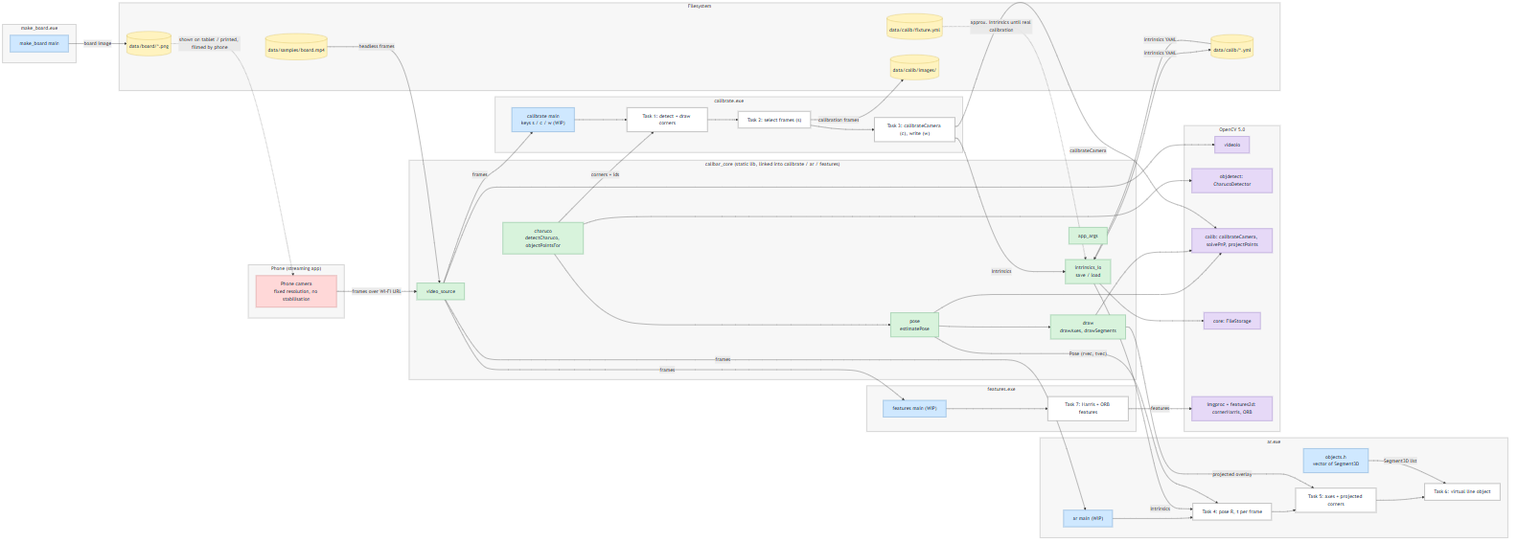
supriya-kotturu/calibration-and-augmented-reality keeps this Mermaid diagram as docs/architecture/overview.png. Above is the earlier version. Its source is kept beside it as docs/architecture/overview.mmd. Its diagram source:
```mermaid
%%{init: {"theme": "base", "themeVariables": {"background": "#ffffff", "primaryColor": "#f7f7f7", "primaryTextColor": "#1b2a3a", "primaryBorderColor": "#b0b0b0", "lineColor": "#5a6472", "textColor": "#1b2a3a", "edgeLabelBackground": "#ffffff", "clusterBkg": "#fafafa", "clusterBorder": "#b0b0b0", "fontFamily": "Segoe UI, Helvetica, Arial, sans-serif"}}}%%
flowchart LR
  classDef app fill:#cfe8ff,stroke:#6a9fd1,color:#1b2a3a
  classDef core fill:#d8f3dc,stroke:#74b98a,color:#1b2a3a
  classDef data fill:#fff3bf,stroke:#d4b84a,color:#1b2a3a
  classDef ext fill:#ffd8d8,stroke:#d08a8a,color:#1b2a3a
  classDef cv fill:#e6d9f7,stroke:#9b82c9,color:#1b2a3a
  classDef task fill:#ffffff,stroke:#8a8a8a,color:#1b2a3a
  classDef box fill:#f7f7f7,stroke:#b0b0b0,color:#333333

  subgraph PHONE["Phone (streaming app)"]
    CAM["Phone camera<br/>fixed resolution, no stabilisation"]:::ext
  end

    subgraph MB["make_board.exe"]
      MBMAIN["make_board main"]:::app
    end
    subgraph CAL["calibrate.exe"]
      CALMAIN["calibrate main<br/>keys s / c / w (WIP)"]:::app
      T1["Task 1: detect + draw corners"]:::task
      T2["Task 2: select frames (s)"]:::task
      T3["Task 3: calibrateCamera (c), write (w)"]:::task
      CALMAIN --> T1 --> T2 --> T3
    end
    subgraph AR["ar.exe"]
      ARMAIN["ar main (WIP)"]:::app
      T4["Task 4: pose R, t per frame"]:::task
      T5["Task 5: axes + projected corners"]:::task
      T6["Task 6: virtual line object"]:::task
      OBJ["objects.h<br/>vector of Segment3D"]:::app
      ARMAIN --> T4 --> T5 --> T6
      OBJ -- "Segment3D list" --> T6
    end
    subgraph FEAT["features.exe"]
      FMAIN["features main (WIP)"]:::app
      T7["Task 7: Harris + ORB features"]:::task
      FMAIN --> T7
    end

  subgraph CORE["calibar_core (static lib, linked into calibrate / ar / features)"]
    direction LR
    VS["video_source"]:::core
    CH["charuco<br/>detectCharuco, objectPointsFor"]:::core
    IO["intrinsics_io<br/>save / load"]:::core
    PS["pose<br/>estimatePose"]:::core
    DR["draw<br/>drawAxes, drawSegments"]:::core
    AA["app_args"]:::core
    CH --> PS
    PS --> DR
  end

  subgraph OCV["OpenCV 5.0"]
    direction LR
    OVIDEO["videoio"]:::cv
    OOBJ["objdetect: CharucoDetector"]:::cv
    OCAL["calib: calibrateCamera, solvePnP, projectPoints"]:::cv
    OFS["core: FileStorage"]:::cv
    OFEAT["imgproc + features2d: cornerHarris, ORB"]:::cv
  end

  subgraph FS["Filesystem"]
    direction LR
    BOARD[("data/board/*.png")]:::data
    VID[("data/samples/board.mp4")]:::data
    FIX[("data/calib/fixture.yml")]:::data
    YML[("data/calib/*.yml")]:::data
    IMGS[("data/calib/images/")]:::data
  end

  CAM -- "frames over Wi-Fi URL" --> VS
  VID -- "headless frames" --> VS
  MBMAIN -- "board image" --> BOARD
  BOARD -. "shown on tablet / printed, filmed by phone" .-> CAM

  VS -- "frames" --> CALMAIN
  VS -- "frames" --> ARMAIN
  VS -- "frames" --> FMAIN
  CH -- "corners + ids" --> T1
  T2 -- "calibration frames" --> IMGS
  T3 -- "Intrinsics" --> IO
  IO -- "intrinsics YAML" --> YML
  YML -- "intrinsics YAML" --> IO
  FIX -. "approx. intrinsics until real calibration" .-> IO
  IO -- "Intrinsics" --> T4
  PS -- "Pose (rvec, tvec)" --> T4
  DR -- "projected overlay" --> T5

  VS --> OVIDEO
  CH --> OOBJ
  IO --> OFS
  PS --> OCAL
  DR --> OCAL
  T3 -- "calibrateCamera" --> OCAL
  T7 -- "features" --> OFEAT

  class CORE,OCV,FS,PHONE,MB,CAL,AR,FEAT box
```
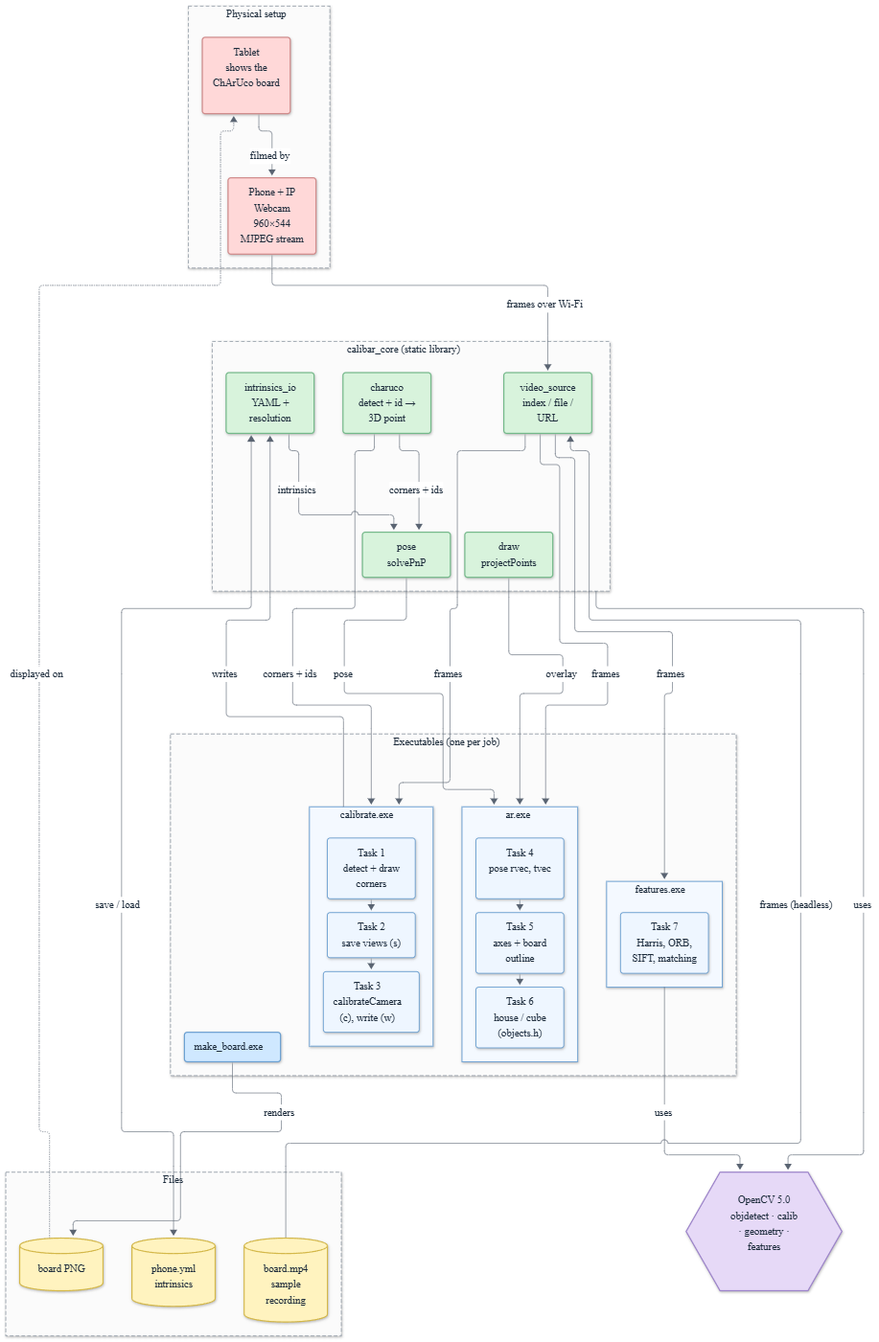
The same diagram one commit later.

Commit message:
docs(architecture): :art: Re-lay out the overview top-down with larger labels and grouped runtime boundaries

The left-to-right layout shrank every label when scaled to page width; top-down bands (setup, executables, core, files, OpenCV) keep the text readable in the report PDF.

Change to the diagram source:
```diff
@@ -1,96 +1,80 @@
-%%{init: {"theme": "base", "themeVariables": {"background": "#ffffff", "primaryColor": "#f7f7f7", "primaryTextColor": "#1b2a3a", "primaryBorderColor": "#b0b0b0", "lineColor": "#5a6472", "textColor": "#1b2a3a", "edgeLabelBackground": "#ffffff", "clusterBkg": "#fafafa", "clusterBorder": "#b0b0b0", "fontFamily": "Segoe UI, Helvetica, Arial, sans-serif"}}}%%
-flowchart LR
-  classDef app fill:#cfe8ff,stroke:#6a9fd1,color:#1b2a3a
-  classDef core fill:#d8f3dc,stroke:#74b98a,color:#1b2a3a
-  classDef data fill:#fff3bf,stroke:#d4b84a,color:#1b2a3a
-  classDef ext fill:#ffd8d8,stroke:#d08a8a,color:#1b2a3a
-  classDef cv fill:#e6d9f7,stroke:#9b82c9,color:#1b2a3a
-  classDef task fill:#ffffff,stroke:#8a8a8a,color:#1b2a3a
-  classDef box fill:#f7f7f7,stroke:#b0b0b0,color:#333333
+%%{init: {"theme": "base", "flowchart": {"nodeSpacing": 45, "rankSpacing": 65, "padding": 16, "curve": "basis"}, "themeVariables": {"fontSize": "18px", "background": "#ffffff", "primaryColor": "#f7f7f7", "primaryTextColor": "#1b2a3a", "primaryBorderColor": "#b0b0b0", "lineColor": "#5a6472", "textColor": "#1b2a3a", "edgeLabelBackground": "#ffffff", "clusterBkg": "#fafafa", "clusterBorder": "#b0b0b0", "fontFamily": "Segoe UI, Helvetica, Arial, sans-serif"}}}%%
+flowchart TB
+  classDef app fill:#cfe8ff,stroke:#6a9fd1,stroke-width:2px,color:#1b2a3a
+  classDef task fill:#eef6ff,stroke:#6a9fd1,stroke-width:1.5px,color:#1b2a3a
+  classDef core fill:#d8f3dc,stroke:#74b98a,stroke-width:2px,color:#1b2a3a
+  classDef data fill:#fff3bf,stroke:#d4b84a,stroke-width:2px,color:#1b2a3a
+  classDef ext fill:#ffd8d8,stroke:#d08a8a,stroke-width:2px,color:#1b2a3a
+  classDef cv fill:#e6d9f7,stroke:#9b82c9,stroke-width:2px,color:#1b2a3a
+  classDef box fill:#fbfbfb,stroke:#9aa3ad,stroke-width:1.5px,stroke-dasharray:6 4,color:#1b2a3a
+  classDef exe fill:#f4f9ff,stroke:#6a9fd1,stroke-width:1.5px,color:#1b2a3a
 
-  subgraph PHONE["Phone (streaming app)"]
-    CAM["Phone camera<br/>fixed resolution, no stabilisation"]:::ext
+  subgraph WORLD["Physical setup"]
+    direction LR
+    TAB("Tablet<br/>shows the ChArUco board"):::ext
+    PHONE("Phone + IP Webcam<br/>960×544 MJPEG stream"):::ext
+    TAB -- "filmed by" --> PHONE
   end
 
-    subgraph MB["make_board.exe"]
-      MBMAIN["make_board main"]:::app
-    end
+  subgraph APPS["Executables (one per job)"]
+    direction LR
     subgraph CAL["calibrate.exe"]
-      CALMAIN["calibrate main<br/>keys s / c / w (WIP)"]:::app
-      T1["Task 1: detect + draw corners"]:::task
-      T2["Task 2: select frames (s)"]:::task
-      T3["Task 3: calibrateCamera (c), write (w)"]:::task
-      CALMAIN --> T1 --> T2 --> T3
+      direction TB
+      T1("Task 1<br/>detect + draw corners"):::task
+      T2("Task 2<br/>save views (s)"):::task
+      T3("Task 3<br/>calibrateCamera (c), write (w)"):::task
+      T1 --> T2 --> T3
     end
     subgraph AR["ar.exe"]
-      ARMAIN["ar main (WIP)"]:::app
-      T4["Task 4: pose R, t per frame"]:::task
-      T5["Task 5: axes + projected corners"]:::task
-      T6["Task 6: virtual line object"]:::task
-      OBJ["objects.h<br/>vector of Segment3D"]:::app
-      ARMAIN --> T4 --> T5 --> T6
-      OBJ -- "Segment3D list" --> T6
+      direction TB
+      T4("Task 4<br/>pose rvec, tvec"):::task
+      T5("Task 5<br/>axes + board outline"):::task
+      T6("Task 6<br/>house / cube (objects.h)"):::task
+      T4 --> T5 --> T6
     end
     subgraph FEAT["features.exe"]
-      FMAIN["features main (WIP)"]:::app
-      T7["Task 7: Harris + ORB features"]:::task
-      FMAIN --> T7
+      direction TB
+      T7("Task 7<br/>Harris, ORB, SIFT, matching"):::task
     end
-
-  subgraph CORE["calibar_core (static lib, linked into calibrate / ar / features)"]
-    direction LR
-    VS["video_source"]:::core
-    CH["charuco<br/>detectCharuco, objectPointsFor"]:::core
-    IO["intrinsics_io<br/>save / load"]:::core
-    PS["pose<br/>estimatePose"]:::core
-    DR["draw<br/>drawAxes, drawSegments"]:::core
-    AA["app_args"]:::core
-    CH --> PS
-    PS --> DR
+    MB("make_board.exe"):::app
   end
 
-  subgraph OCV["OpenCV 5.0"]
+  subgraph CORE["calibar_core (static library)"]
     direction LR
-    OVIDEO["videoio"]:::cv
-    OOBJ["objdetect: CharucoDetector"]:::cv
-    OCAL["calib: calibrateCamera, solvePnP, projectPoints"]:::cv
-    OFS["core: FileStorage"]:::cv
-    OFEAT["imgproc + features2d: cornerHarris, ORB"]:::cv
+    VS("video_source<br/>index / file / URL"):::core
+    CH("charuco<br/>detect + id → 3D point"):::core
+    PS("pose<br/>solvePnP"):::core
+    DR("draw<br/>projectPoints"):::core
+    IO("intrinsics_io<br/>YAML + resolution"):::core
   end
 
-  subgraph FS["Filesystem"]
+  subgraph FILES["Files"]
     direction LR
-    BOARD[("data/board/*.png")]:::data
-    VID[("data/samples/board.mp4")]:::data
-    FIX[("data/calib/fixture.yml")]:::data
-    YML[("data/calib/*.yml")]:::data
-    IMGS[("data/calib/images/")]:::data
+    BOARD[("board PNG")]:::data
+    YML[("phone.yml<br/>intrinsics")]:::data
+    SAMPLE[("board.mp4<br/>sample recording")]:::data
   end
 
-  CAM -- "frames over Wi-Fi URL" --> VS
-  VID -- "headless frames" --> VS
-  MBMAIN -- "board image" --> BOARD
-  BOARD -. "shown on tablet / printed, filmed by phone" .-> CAM
+  OCV{{"OpenCV 5.0<br/>objdetect · calib · geometry · features"}}:::cv
 
-  VS -- "frames" --> CALMAIN
-  VS -- "frames" --> ARMAIN
-  VS -- "frames" --> FMAIN
-  CH -- "corners + ids" --> T1
-  T2 -- "calibration frames" --> IMGS
-  T3 -- "Intrinsics" --> IO
-  IO -- "intrinsics YAML" --> YML
-  YML -- "intrinsics YAML" --> IO
-  FIX -. "approx. intrinsics until real calibration" .-> IO
-  IO -- "Intrinsics" --> T4
-  PS -- "Pose (rvec, tvec)" --> T4
-  DR -- "projected overlay" --> T5
+  PHONE -- "frames over Wi-Fi" --> VS
+  SAMPLE -- "frames (headless)" --> VS
+  MB -- "renders" --> BOARD
+  BOARD -. "displayed on" .-> TAB
 
-  VS --> OVIDEO
-  CH --> OOBJ
-  IO --> OFS
-  PS --> OCAL
-  DR --> OCAL
-  T3 -- "calibrateCamera" --> OCAL
-  T7 -- "features" --> OFEAT
+  VS -- "frames" --> CAL
+  VS -- "frames" --> AR
+  VS -- "frames" --> FEAT
+  CH -- "corners + ids" --> CAL
+  CH -- "corners + ids" --> PS
+  CAL -- "writes" --> IO
+  IO <-- "save / load" --> YML
+  IO -- "intrinsics" --> PS
+  PS -- "pose" --> AR
+  DR -- "overlay" --> AR
 
-  class CORE,OCV,FS,PHONE,MB,CAL,AR,FEAT box
+  CORE -- "uses" --> OCV
+  FEAT -- "uses" --> OCV
+
+  class WORLD,APPS,CORE,FILES box
+  class CAL,AR,FEAT exe
```
